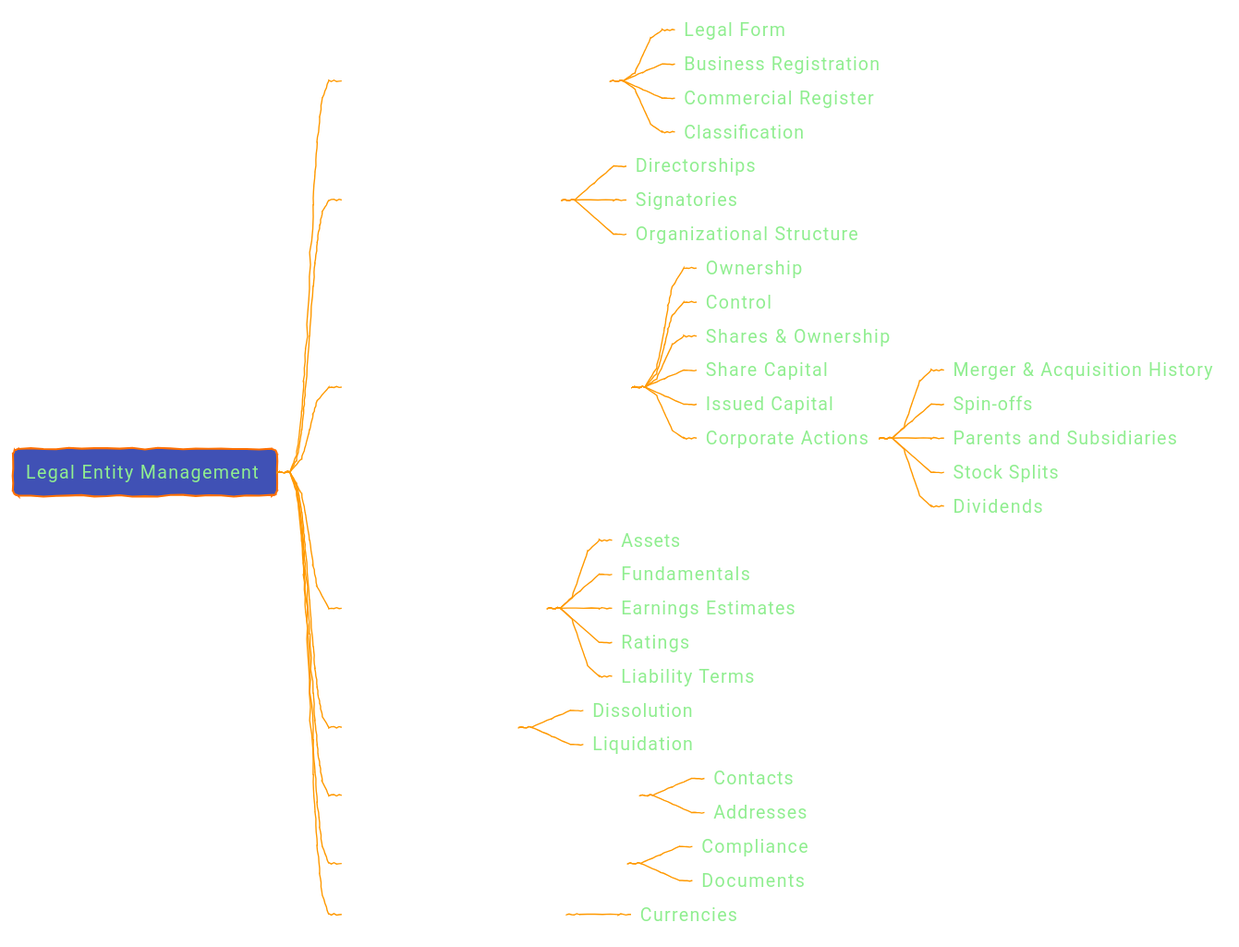
Earlier version of the PlantUML export diagrams/out/legal-entity-management_dark.svg (EKGF/ekg-catalog).
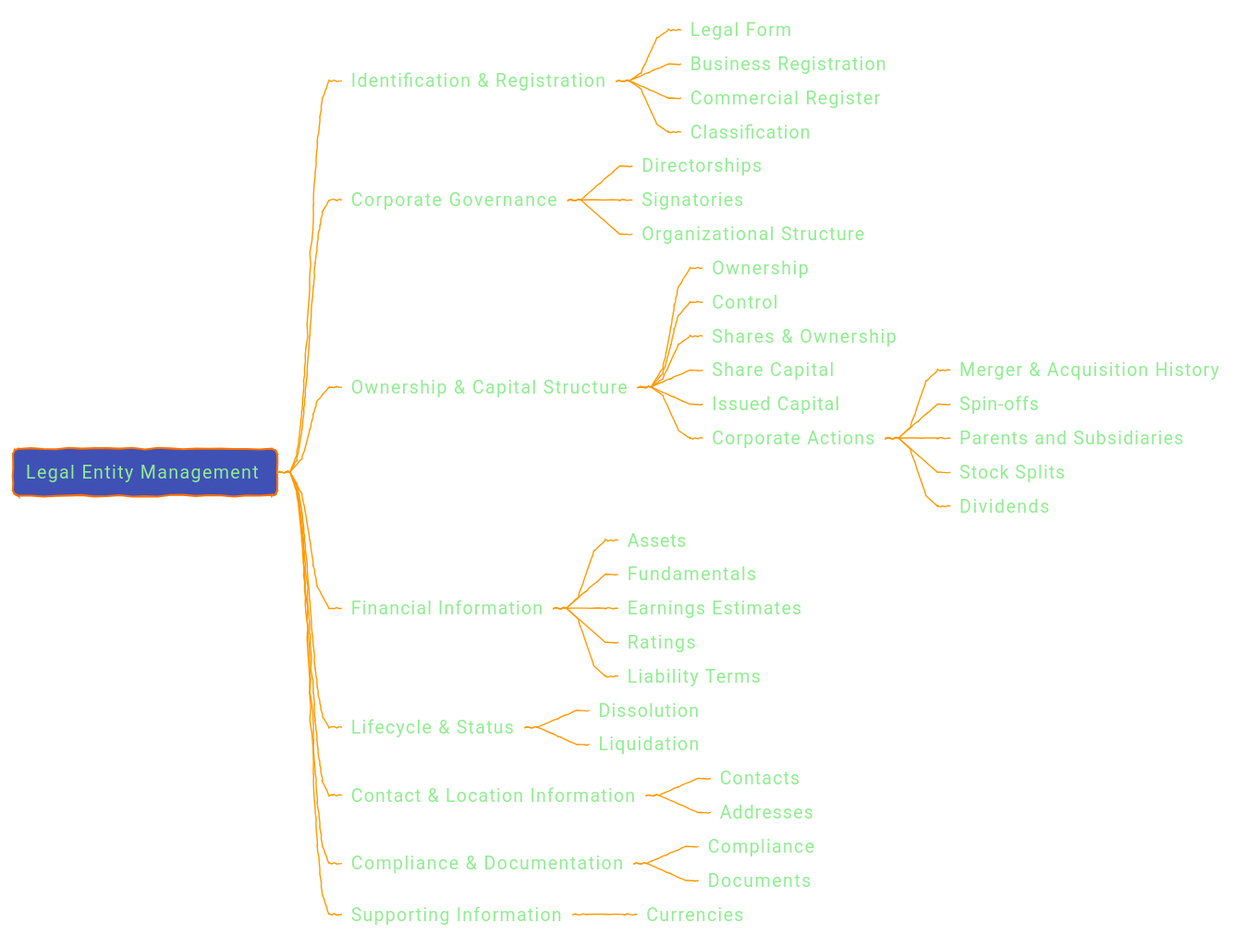
After the change.

Change to the diagram source:
```diff
@@ -195,16 +195,16 @@
 
 
 + [[ /use-case/legal-entity-management/ Legal Entity Management ]]
-++_ Identification & Registration
+++_ [[ /use-case/legal-entity-management/identification-and-registration/ Identification & Registration ]]
 +++_ [[ /use-case/legal-entity-management/identification-and-registration/legal-form/ Legal Form ]]
 +++_ [[ /use-case/legal-entity-management/identification-and-registration/business-registration/ Business Registration ]]
 +++_ [[ /use-case/legal-entity-management/identification-and-registration/commercial-register/ Commercial Register ]]
 +++_ [[ /use-case/legal-entity-management/identification-and-registration/classification/ Classification ]]
-++_ Corporate Governance
+++_ [[ /use-case/legal-entity-management/corporate-governance/ Corporate Governance ]]
 +++_ [[ /use-case/legal-entity-management/corporate-governance/directorships/ Directorships ]]
 +++_ [[ /use-case/legal-entity-management/corporate-governance/signatories/ Signatories ]]
 +++_ [[ /use-case/legal-entity-management/corporate-governance/organizational-structure/ Organizational Structure ]]
-++_ Ownership & Capital Structure
+++_ [[ /use-case/legal-entity-management/ownership-and-capital-structure/ Ownership & Capital Structure ]]
 +++_ [[ /use-case/legal-entity-management/ownership-and-capital-structure/ownership/ Ownership ]]
 +++_ [[ /use-case/legal-entity-management/ownership-and-capital-structure/control/ Control ]]
 +++_ [[ /use-case/legal-entity-management/ownership-and-capital-structure/shares/ Shares & Ownership ]]
@@ -216,21 +216,21 @@
 ++++_ [[ /use-case/legal-entity-management/ownership-and-capital-structure/corporate-actions/parents-and-subsidiaries/ Parents and Subsidiaries ]]
 ++++_ [[ /use-case/legal-entity-management/ownership-and-capital-structure/corporate-actions/stock-splits/ Stock Splits ]]
 ++++_ [[ /use-case/legal-entity-management/ownership-and-capital-structure/corporate-actions/dividends/ Dividends ]]
-++_ Financial Information
+++_ [[ /use-case/legal-entity-management/financial-information/ Financial Information ]]
 +++_ [[ /use-case/legal-entity-management/financial-information/assets/ Assets ]]
 +++_ [[ /use-case/legal-entity-management/financial-information/fundamentals/ Fundamentals ]]
 +++_ [[ /use-case/legal-entity-management/financial-information/earnings-estimates/ Earnings Estimates ]]
 +++_ [[ /use-case/legal-entity-management/financial-information/ratings/ Ratings ]]
 +++_ [[ /use-case/legal-entity-management/financial-information/liability-terms/ Liability Terms ]]
-++_ Lifecycle & Status
+++_ [[ /use-case/legal-entity-management/lifecycle-and-status/ Lifecycle & Status ]]
 +++_ [[ /use-case/legal-entity-management/lifecycle-and-status/dissolution/ Dissolution ]]
 +++_ [[ /use-case/legal-entity-management/lifecycle-and-status/liquidation/ Liquidation ]]
-++_ Contact & Location Information
+++_ [[ /use-case/legal-entity-management/contact-and-location-information/ Contact & Location Information ]]
 +++_ [[ /use-case/legal-entity-management/contact-and-location-information/contacts/ Contacts ]]
 +++_ [[ /use-case/legal-entity-management/contact-and-location-information/addresses/ Addresses ]]
-++_ Compliance & Documentation
+++_ [[ /use-case/legal-entity-management/compliance-and-documentation/ Compliance & Documentation ]]
 +++_ [[ /use-case/legal-entity-management/compliance-and-documentation/compliance/ Compliance ]]
 +++_ [[ /use-case/legal-entity-management/compliance-and-documentation/documents/ Documents ]]
-++_ Supporting Information
+++_ [[ /use-case/legal-entity-management/supporting-information/ Supporting Information ]]
 +++_ [[ /use-case/legal-entity-management/supporting-information/currencies/ Currencies ]]
 @endmindmap
```
